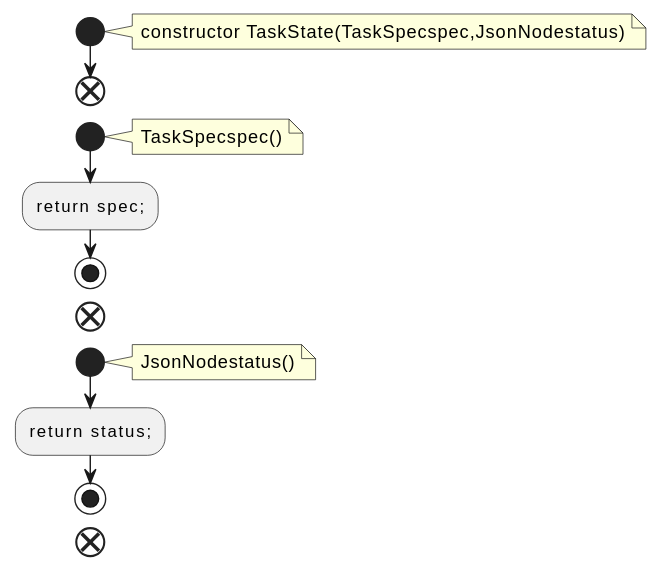
The PlantUML diagram docs/qc/trogdor/src/main/java/org/apache/kafka/trogdor/rest/TaskState.java.fct.svg in qualitesys/kafka, before a commit.
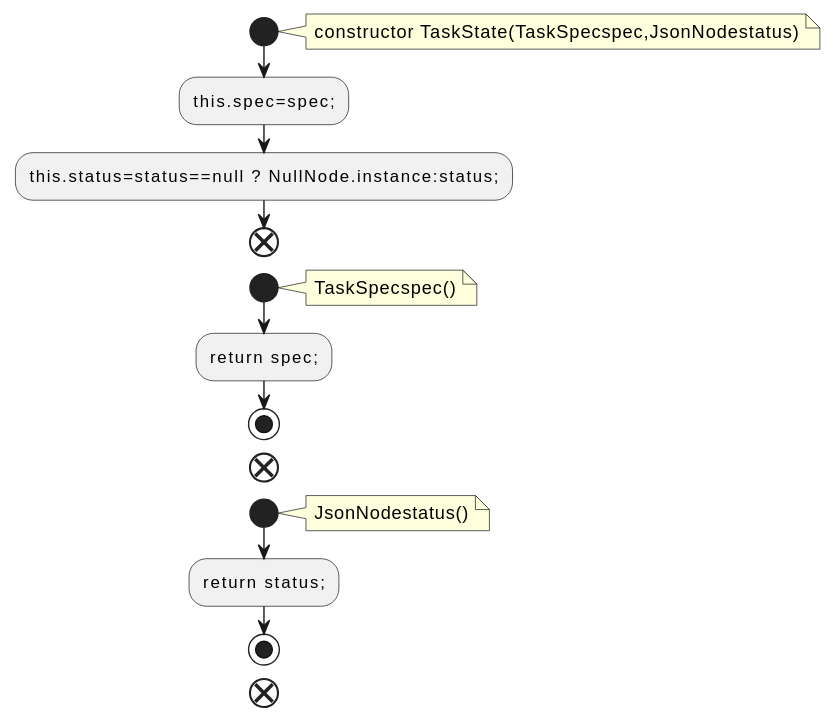
After the change.

The edit, as a diff of the source:
```diff
@@ -4,6 +4,8 @@
 note right
 constructor TaskState(TaskSpecspec,JsonNodestatus)
 end note
+:this.spec=spec;;
+:this.status=status==null ? NullNode.instance:status;;
 end
 start
 note right
```
